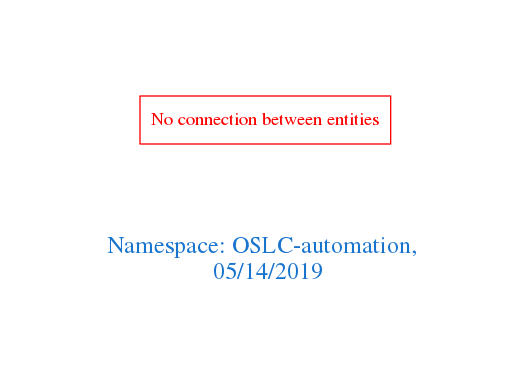
This is downloads/OSLC-automation.png from arago/OGIT, a Graphviz export, as it was before one commit. Its source is kept beside it as downloads/OSLC-automation.dot.
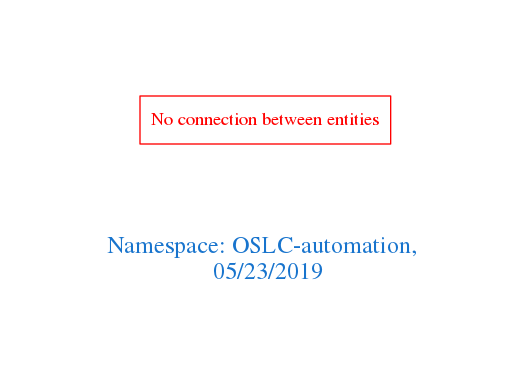
After the change.

What changed in the source:
```diff
@@ -1,7 +1,7 @@
 digraph OGIT_ontology {
  graph [ rankdir= LR,pad=1
 fontsize = 18,
-fontcolor= dodgerblue3,label = "\n\n\nNamespace: OSLC-automation, \n 05/14/2019"];
+fontcolor= dodgerblue3,label = "\n\n\nNamespace: OSLC-automation, \n 05/23/2019"];
 node[shape=polygon];
 edge [  color="gray81"];
 
```
